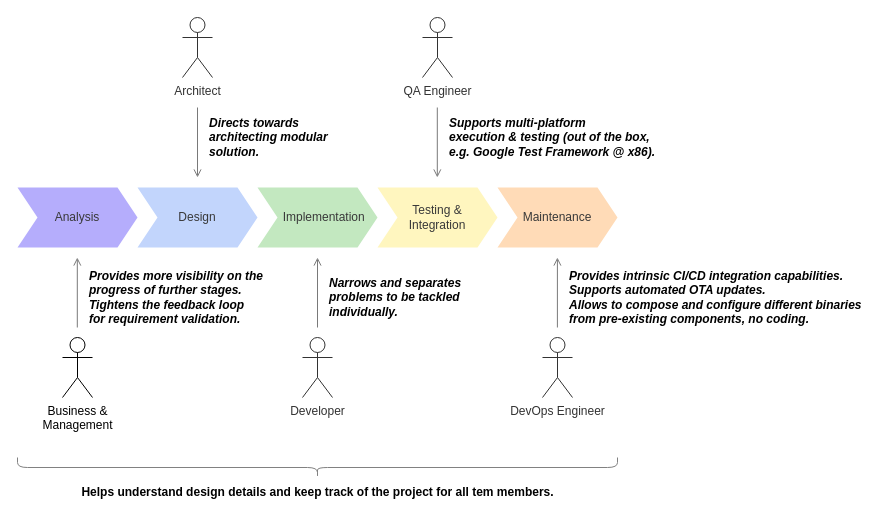
Before: img/sdlc.drawio in slawomir-niespodziany/diff, a draw.io diagram. Source tidied: cells renumbered, new cells numbered last; positions are measured from the earlier drawing's top-left corner, leaving out a move shared by most shapes. Both pictures are drawn from the tidied source at 100%, with x=0, y=0 at pixel (17, 17).
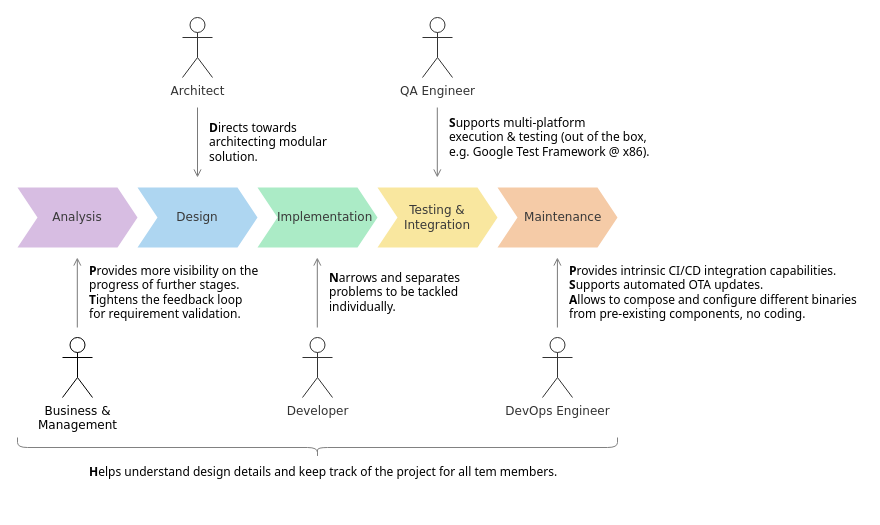
Above is the later version.

Commit message (it also covers changes not shown here):
SDLC img update, Readme update (+Applicability).

Change to the diagram source:
```diff
@@
-    <mxCell id="2" value="Architect" style="shape=umlActor;verticalLabelPosition=bottom;verticalAlign=top;html=1;fontColor=#323232;strokeColor=#323232;" parent="1" vertex="1">
+    <mxCell id="2" value="Architect" style="shape=umlActor;verticalLabelPosition=bottom;verticalAlign=top;html=1;fontColor=#323232;strokeColor=#323232;fontFamily=Verdana;" parent="1" vertex="1">
       <mxGeometry x="165" width="30" height="60" as="geometry" />
     </mxCell>
-    <mxCell id="3" value="QA Engineer" style="shape=umlActor;verticalLabelPosition=bottom;verticalAlign=top;html=1;fontColor=#323232;strokeColor=#323232;" parent="1" vertex="1">
+    <mxCell id="3" value="QA Engineer" style="shape=umlActor;verticalLabelPosition=bottom;verticalAlign=top;html=1;fontColor=#323232;strokeColor=#323232;fontFamily=Verdana;" parent="1" vertex="1">
       <mxGeometry x="405" width="30" height="60" as="geometry" />
     </mxCell>
-    <mxCell id="4" value="Business &amp;amp; &lt;br&gt;Management" style="shape=umlActor;verticalLabelPosition=bottom;verticalAlign=top;html=1;" parent="1" vertex="1">
+    <mxCell id="4" value="Business &amp;amp; &lt;br&gt;Management" style="shape=umlActor;verticalLabelPosition=bottom;verticalAlign=top;html=1;fontFamily=Verdana;" parent="1" vertex="1">
       <mxGeometry x="45" y="320" width="30" height="60" as="geometry" />
     </mxCell>
@@
-    <mxCell id="6" value="Design" style="shape=step;perimeter=stepPerimeter;whiteSpace=wrap;html=1;fixedSize=1;fillColor=#C2D5FC;strokeColor=none;fontColor=#393939;" parent="1" vertex="1">
+    <mxCell id="6" value="Design" style="shape=step;perimeter=stepPerimeter;whiteSpace=wrap;html=1;fixedSize=1;fillColor=#AED6F1;strokeColor=none;fontColor=#393939;fontFamily=Verdana;fontStyle=0;" parent="1" vertex="1">
       <mxGeometry x="120" y="170" width="120" height="60" as="geometry" />
     </mxCell>
     <mxCell id="7" style="edgeStyle=orthogonalEdgeStyle;rounded=0;orthogonalLoop=1;jettySize=auto;html=1;endArrow=open;startFill=0;startArrow=none;strokeColor=#797979;endFill=0;" parent="1" edge="1">
       <mxGeometry relative="1" as="geometry">
-        <mxPoint x="300" y="310" as="sourcePoint" />
-        <mxPoint x="300" y="240" as="targetPoint" />
+        <mxPoint x="299.8" y="310" as="sourcePoint" />
+        <mxPoint x="299.8" y="240" as="targetPoint" />
       </mxGeometry>
     </mxCell>
-    <mxCell id="8" value="&amp;nbsp;&amp;nbsp;&amp;nbsp; Implementation" style="shape=step;perimeter=stepPerimeter;whiteSpace=wrap;html=1;fixedSize=1;fillColor=#C3E8C0;strokeColor=none;fontColor=#393939;" parent="1" vertex="1">
+    <mxCell id="8" value="&amp;nbsp; &amp;nbsp; Implementation" style="shape=step;perimeter=stepPerimeter;whiteSpace=wrap;html=1;fixedSize=1;fillColor=#ABEBC6;strokeColor=none;fontColor=#393939;fontFamily=Verdana;fontStyle=0;" parent="1" vertex="1">
       <mxGeometry x="240" y="170" width="120" height="60" as="geometry" />
     </mxCell>
-    <mxCell id="9" value="Testing &amp;amp; &lt;br&gt;Integration" style="shape=step;perimeter=stepPerimeter;whiteSpace=wrap;html=1;fixedSize=1;fillColor=#FFF6BF;strokeColor=none;fontColor=#393939;" parent="1" vertex="1">
+    <mxCell id="9" value="Testing &amp;amp; &lt;br&gt;Integration" style="shape=step;perimeter=stepPerimeter;whiteSpace=wrap;html=1;fixedSize=1;fillColor=#F9E79F;strokeColor=none;fontColor=#393939;fontFamily=Verdana;" parent="1" vertex="1">
       <mxGeometry x="360" y="170" width="120" height="60" as="geometry" />
     </mxCell>
-    <mxCell id="10" value="Maintenance" style="shape=step;perimeter=stepPerimeter;whiteSpace=wrap;html=1;fixedSize=1;fillColor=#FFDBB7;strokeColor=none;fontColor=#393939;" parent="1" vertex="1">
+    <mxCell id="10" value="&amp;nbsp; &amp;nbsp;Maintenance" style="shape=step;perimeter=stepPerimeter;whiteSpace=wrap;html=1;fixedSize=1;fillColor=#F5CBA7;strokeColor=none;fontColor=#393939;fontFamily=Verdana;" parent="1" vertex="1">
       <mxGeometry x="480" y="170" width="120" height="60" as="geometry" />
     </mxCell>
-    <mxCell id="11" value="Analysis" style="shape=step;perimeter=stepPerimeter;whiteSpace=wrap;html=1;fixedSize=1;fillColor=#B5ADFC;strokeColor=none;fontColor=light-dark(#393939,#EDEDED);" parent="1" vertex="1">
+    <mxCell id="11" value="Analysis" style="shape=step;perimeter=stepPerimeter;whiteSpace=wrap;html=1;fixedSize=1;fillColor=#D7BDE2;strokeColor=none;fontColor=light-dark(#393939,#EDEDED);fontFamily=Verdana;fontStyle=0;" parent="1" vertex="1">
       <mxGeometry y="170" width="120" height="60" as="geometry" />
     </mxCell>
-    <mxCell id="12" value="DevOps Engineer" style="shape=umlActor;verticalLabelPosition=bottom;verticalAlign=top;html=1;fontColor=#323232;strokeColor=#323232;" parent="1" vertex="1">
+    <mxCell id="12" value="DevOps Engineer" style="shape=umlActor;verticalLabelPosition=bottom;verticalAlign=top;html=1;fontColor=#323232;strokeColor=#323232;fontFamily=Verdana;" parent="1" vertex="1">
       <mxGeometry x="525" y="320" width="30" height="60" as="geometry" />
     </mxCell>
-    <mxCell id="13" value="Helps understand design details and keep track of the project for all tem members." style="text;html=1;align=center;verticalAlign=middle;strokeColor=none;fillColor=none;fontStyle=1;" parent="1" vertex="1">
-      <mxGeometry x="70" y="460" width="460" height="30" as="geometry" />
-    </mxCell>
-    <mxCell id="14" value="&lt;div&gt;Directs  towards &lt;br&gt;architecting modular &lt;br&gt;solution.&lt;/div&gt;" style="text;html=1;align=left;verticalAlign=middle;strokeColor=none;fillColor=none;fontSize=12;fontStyle=3;labelBackgroundColor=default;" parent="1" vertex="1">
-      <mxGeometry x="190" y="90" width="130" height="60" as="geometry" />
-    </mxCell>
-    <mxCell id="15" value="&lt;div&gt;Narrows and separates &lt;br&gt;problems to be tackled &lt;br&gt;individually.&lt;/div&gt;" style="text;html=1;align=left;verticalAlign=middle;strokeColor=none;fillColor=none;fontStyle=3;labelBackgroundColor=default;fontSize=12;" parent="1" vertex="1">
-      <mxGeometry x="310" y="250" width="150" height="60" as="geometry" />
-    </mxCell>
-    <mxCell id="16" value="Supports multi-platform &lt;br&gt;execution &amp;amp; testing (out of the box, &lt;br&gt;e.g. Google Test Framework @ x86)." style="text;html=1;align=left;verticalAlign=middle;strokeColor=none;fillColor=none;fontStyle=3;labelBackgroundColor=default;fontSize=12;" parent="1" vertex="1">
-      <mxGeometry x="430" y="90" width="220" height="60" as="geometry" />
-    </mxCell>
-    <mxCell id="17" value="Developer " style="shape=umlActor;verticalLabelPosition=bottom;verticalAlign=top;html=1;fontColor=#323232;strokeColor=#323232;" parent="1" vertex="1">
+    <mxCell id="17" value="Developer " style="shape=umlActor;verticalLabelPosition=bottom;verticalAlign=top;html=1;fontColor=#323232;strokeColor=#323232;fontFamily=Verdana;" parent="1" vertex="1">
       <mxGeometry x="285" y="320" width="30" height="60" as="geometry" />
     </mxCell>
-    <mxCell id="18" value="Provides more visibility on the &lt;br&gt;progress of further stages. &lt;br&gt;Tightens the feedback loop &lt;br&gt;for requirement validation." style="text;html=1;align=left;verticalAlign=middle;strokeColor=none;fillColor=none;fontStyle=3;" parent="1" vertex="1">
-      <mxGeometry x="70" y="245" width="180" height="70" as="geometry" />
-    </mxCell>
@@
-    <mxCell id="22" value="Provides intrinsic CI/CD integration capabilities. &lt;br&gt;Supports automated OTA updates.&lt;div&gt;Allows to compose and configure different binaries &lt;br&gt;from pre-existing components, no coding. &lt;br&gt;&lt;/div&gt;" style="text;html=1;align=left;verticalAlign=middle;strokeColor=none;fillColor=none;fontStyle=3;labelBackgroundColor=default;fontSize=12;" parent="1" vertex="1">
-      <mxGeometry x="550" y="245" width="290" height="70" as="geometry" />
-    </mxCell>
     <mxCell id="23" style="shape=curlyBracket;whiteSpace=wrap;html=1;rounded=1;labelPosition=left;verticalLabelPosition=middle;align=right;verticalAlign=middle;rotation=-90;fontColor=#717171;strokeColor=#818181;" parent="1" vertex="1">
-      <mxGeometry x="290" y="150" width="20" height="600" as="geometry" />
+      <mxGeometry x="290" y="130" width="20" height="600" as="geometry" />
     </mxCell>
+    <mxCell id="24" value="&lt;div&gt;&lt;font color=&quot;#000000&quot;&gt;P&lt;/font&gt;&lt;font style=&quot;font-weight: normal;&quot; color=&quot;#000000&quot;&gt;rovides more visibility on the&lt;/font&gt;&lt;/div&gt;&lt;div&gt;&lt;font style=&quot;font-weight: normal;&quot; color=&quot;#000000&quot;&gt;progress of further stages.&lt;/font&gt;&lt;/div&gt;&lt;div&gt;&lt;font color=&quot;#000000&quot;&gt;T&lt;/font&gt;&lt;font style=&quot;font-weight: normal;&quot; color=&quot;#000000&quot;&gt;ightens the feedback loop&lt;/font&gt;&lt;/div&gt;&lt;div&gt;&lt;font style=&quot;font-weight: normal;&quot; color=&quot;#000000&quot;&gt;for requirement validation.&lt;/font&gt;&lt;/div&gt;" style="text;html=1;align=left;verticalAlign=middle;strokeColor=none;fillColor=none;fontFamily=Tahoma;fontStyle=1;" parent="1" vertex="1">
+      <mxGeometry x="70" y="240" width="180" height="70" as="geometry" />
+    </mxCell>
+    <mxCell id="25" value="&lt;div&gt;&lt;font color=&quot;#000000&quot;&gt;&lt;b&gt;N&lt;/b&gt;arrows and separates&lt;/font&gt;&lt;/div&gt;&lt;div&gt;&lt;font color=&quot;#000000&quot;&gt;problems to be tackled&lt;/font&gt;&lt;/div&gt;&lt;div&gt;&lt;font color=&quot;#000000&quot;&gt;individually.&lt;/font&gt;&lt;/div&gt;" style="text;html=1;align=left;verticalAlign=middle;strokeColor=none;fillColor=none;fontFamily=Tahoma;fontStyle=0;" parent="1" vertex="1">
+      <mxGeometry x="310" y="245" width="150" height="60" as="geometry" />
+    </mxCell>
+    <mxCell id="26" value="&lt;div&gt;&lt;font color=&quot;#000000&quot;&gt;&lt;b&gt;P&lt;/b&gt;rovides intrinsic CI/CD integration capabilities.&lt;/font&gt;&lt;/div&gt;&lt;div&gt;&lt;font color=&quot;#000000&quot;&gt;&lt;b&gt;S&lt;/b&gt;upports automated OTA updates.&lt;/font&gt;&lt;/div&gt;&lt;div&gt;&lt;font color=&quot;#000000&quot;&gt;&lt;b&gt;A&lt;/b&gt;llows to compose and configure different binaries&lt;/font&gt;&lt;/div&gt;&lt;div&gt;&lt;font color=&quot;#000000&quot;&gt;from pre-existing components, no coding.&lt;/font&gt;&lt;/div&gt;" style="text;html=1;align=left;verticalAlign=middle;strokeColor=none;fillColor=none;fontFamily=Tahoma;fontStyle=0;" parent="1" vertex="1">
+      <mxGeometry x="550" y="240" width="290" height="70" as="geometry" />
+    </mxCell>
+    <mxCell id="27" value="&lt;div&gt;&lt;font color=&quot;#000000&quot;&gt;&lt;b&gt;D&lt;/b&gt;irects towards&lt;/font&gt;&lt;/div&gt;&lt;div&gt;&lt;font color=&quot;#000000&quot;&gt;architecting modular&lt;/font&gt;&lt;/div&gt;&lt;div&gt;&lt;font color=&quot;#000000&quot;&gt;solution.&lt;/font&gt;&lt;/div&gt;" style="text;html=1;align=left;verticalAlign=middle;strokeColor=none;fillColor=none;fontFamily=Tahoma;fontStyle=0;" parent="1" vertex="1">
+      <mxGeometry x="190" y="95" width="130" height="60" as="geometry" />
+    </mxCell>
+    <mxCell id="28" value="&lt;div&gt;&lt;font color=&quot;#000000&quot;&gt;&lt;b&gt;S&lt;/b&gt;upports multi-platform&lt;/font&gt;&lt;/div&gt;&lt;div&gt;&lt;font color=&quot;#000000&quot;&gt;execution &amp;amp; testing (out of the box,&lt;/font&gt;&lt;/div&gt;&lt;div&gt;&lt;font color=&quot;#000000&quot;&gt;e.g. Google Test Framework @ x86).&lt;/font&gt;&lt;/div&gt;" style="text;html=1;align=left;verticalAlign=middle;strokeColor=none;fillColor=none;fontFamily=Tahoma;fontStyle=0;" parent="1" vertex="1">
+      <mxGeometry x="430" y="90" width="220" height="60" as="geometry" />
+    </mxCell>
+    <mxCell id="29" value="H&lt;span style=&quot;font-weight: normal;&quot;&gt;elps understand design details and keep track of the project for all tem members.&lt;/span&gt;" style="text;html=1;align=left;verticalAlign=middle;strokeColor=none;fillColor=none;fontFamily=Tahoma;fontStyle=1;" parent="1" vertex="1">
+      <mxGeometry x="70" y="440" width="460" height="30" as="geometry" />
+    </mxCell>
```
